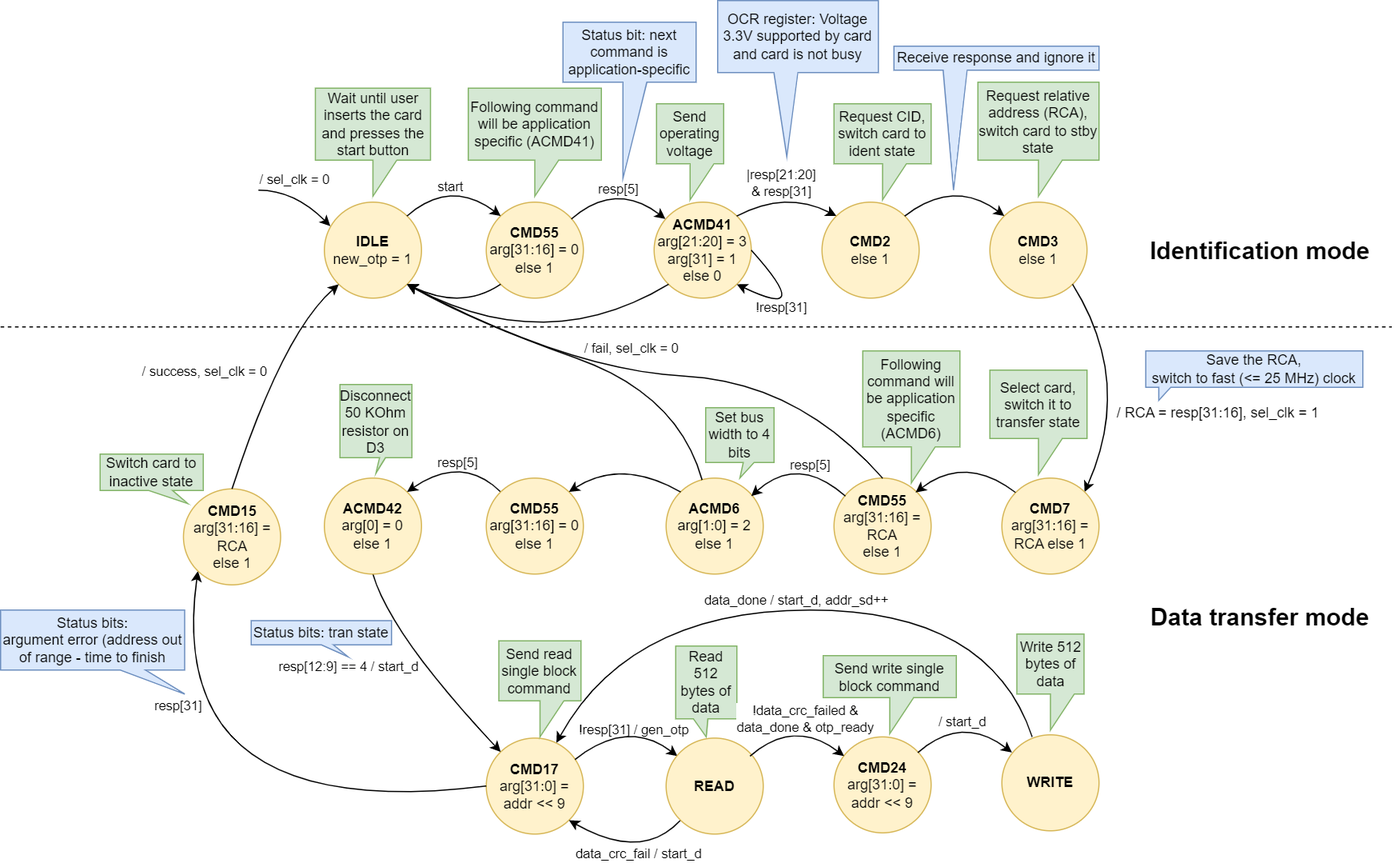
This is docs/SD/SD_fpga_states.png from sirazenkov/GhostSD, a draw.io export, as it was before one commit. Source tidied: cells renumbered, new cells last; positions are measured from the earlier drawing's top-left corner, leaving out a move shared by most shapes.
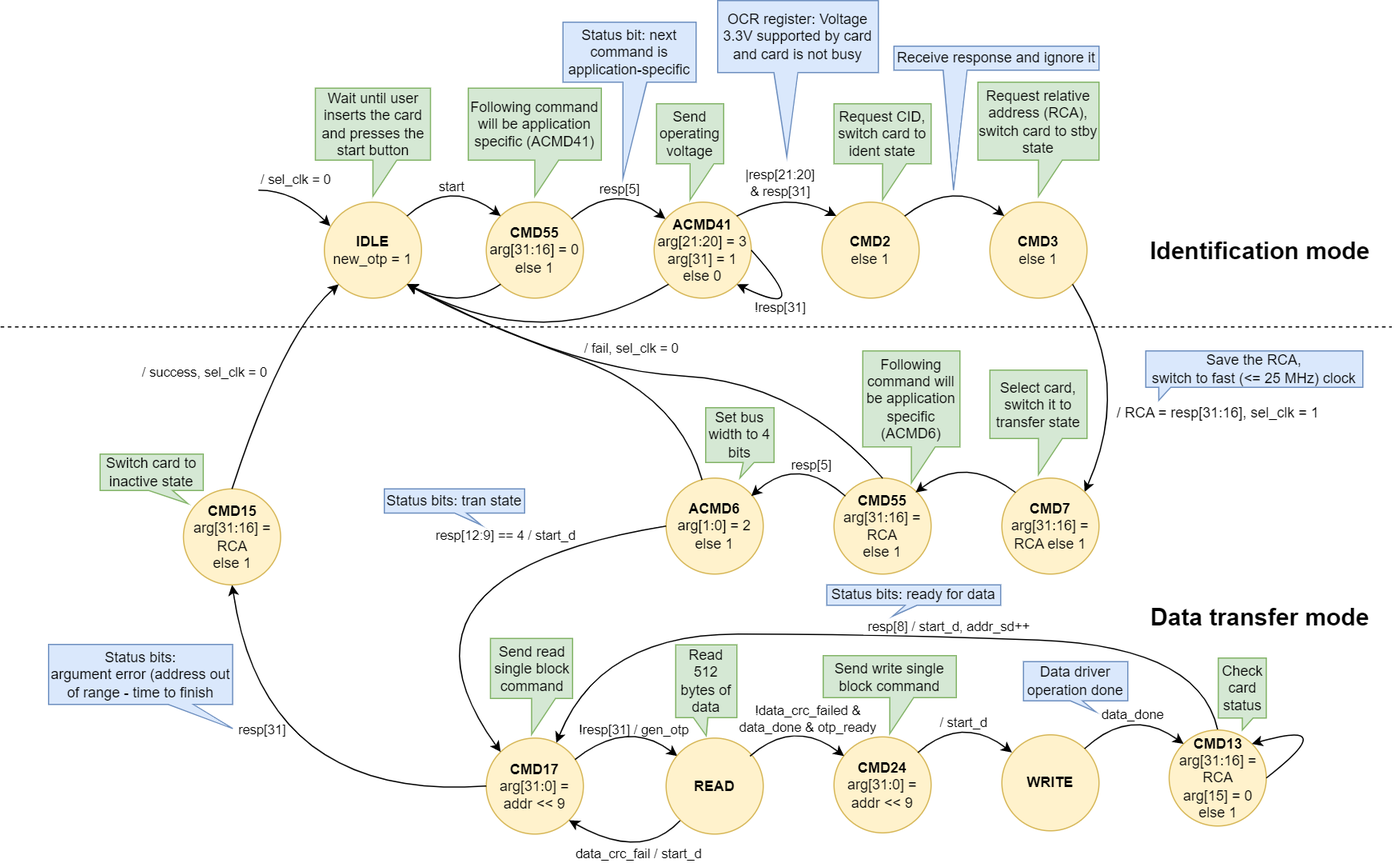
The same file after the commit.

Commit message:
Added check status command

Change to the diagram source:
```diff
@@ -128,16 +128,16 @@
     <mxCell id="25" value="&lt;b&gt;CMD17&lt;/b&gt;&lt;br&gt;arg[31:0] = addr &amp;lt;&amp;lt; 9" style="ellipse;whiteSpace=wrap;html=1;fillColor=#fff2cc;strokeColor=#d6b656;" parent="1" vertex="1">
       <mxGeometry x="405" y="614.7" width="81" height="80" as="geometry" />
     </mxCell>
-    <mxCell id="26" style="curved=1;endArrow=none;html=1;rounded=0;exitX=0;exitY=0;exitDx=0;exitDy=0;startArrow=classic;startFill=1;endFill=0;entryX=0.5;entryY=1;entryDx=0;entryDy=0;" parent="1" edge="1" source="25" target="72">
+    <mxCell id="26" style="curved=1;endArrow=none;html=1;rounded=0;exitX=0;exitY=0;exitDx=0;exitDy=0;startArrow=classic;startFill=1;endFill=0;entryX=0;entryY=0.5;entryDx=0;entryDy=0;" parent="1" edge="1" source="25" target="22">
       <mxGeometry relative="1" as="geometry">
         <Array as="points">
-          <mxPoint x="325" y="528" />
+          <mxPoint x="310" y="478" />
         </Array>
       </mxGeometry>
     </mxCell>
     <mxCell id="27" value="resp[12:9] == 4 / start_d" style="edgeLabel;html=1;align=center;verticalAlign=middle;" parent="26" vertex="1">
       <mxGeometry x="0.23" y="-13" relative="1" as="geometry">
-        <mxPoint x="-58" y="21" as="offset" />
+        <mxPoint x="26" y="-32" as="offset" />
       </mxGeometry>
     </mxCell>
     <mxCell id="28" value="&lt;b&gt;CMD24&lt;/b&gt;&lt;br&gt;arg[31:0] = addr &amp;lt;&amp;lt; 9" style="ellipse;whiteSpace=wrap;html=1;fillColor=#fff2cc;strokeColor=#d6b656;" parent="1" vertex="1">
@@ -156,29 +156,30 @@
         <mxPoint x="17" y="-10" as="offset" />
       </mxGeometry>
     </mxCell>
-    <mxCell id="31" style="curved=1;endArrow=classic;html=1;rounded=0;entryX=0.722;entryY=0.049;entryDx=0;entryDy=0;exitX=0.312;exitY=0.021;exitDx=0;exitDy=0;entryPerimeter=0;exitPerimeter=0;" parent="1" edge="1" source="66" target="25">
+    <mxCell id="31" style="curved=1;endArrow=classic;html=1;rounded=0;entryX=0.722;entryY=0.049;entryDx=0;entryDy=0;exitX=0.5;exitY=0;exitDx=0;exitDy=0;entryPerimeter=0;" parent="1" edge="1" source="80" target="25">
       <mxGeometry relative="1" as="geometry">
         <Array as="points">
-          <mxPoint x="825" y="508" />
-          <mxPoint x="525" y="508" />
+          <mxPoint x="1000" y="538" />
+          <mxPoint x="730" y="528" />
+          <mxPoint x="500" y="528" />
         </Array>
       </mxGeometry>
     </mxCell>
-    <mxCell id="32" value="&amp;nbsp;data_done / start_d, addr_sd++" style="edgeLabel;html=1;align=center;verticalAlign=middle;" parent="31" vertex="1">
+    <mxCell id="32" value="&amp;nbsp;resp[8] / start_d, addr_sd++" style="edgeLabel;html=1;align=center;verticalAlign=middle;" parent="31" vertex="1">
       <mxGeometry x="-0.22" y="13" relative="1" as="geometry">
-        <mxPoint x="-67" y="-22" as="offset" />
+        <mxPoint x="-23" y="-23" as="offset" />
       </mxGeometry>
     </mxCell>
-    <mxCell id="33" style="curved=1;endArrow=classic;html=1;rounded=0;exitX=0;exitY=0.5;exitDx=0;exitDy=0;entryX=0;entryY=1;entryDx=0;entryDy=0;" parent="1" edge="1" source="25" target="35">
+    <mxCell id="33" style="curved=1;endArrow=classic;html=1;rounded=0;exitX=0;exitY=0.5;exitDx=0;exitDy=0;entryX=0.5;entryY=1;entryDx=0;entryDy=0;" parent="1" edge="1" source="25" target="35">
       <mxGeometry relative="1" as="geometry">
         <Array as="points">
-          <mxPoint x="135" y="688" />
+          <mxPoint x="220" y="668" />
         </Array>
       </mxGeometry>
     </mxCell>
     <mxCell id="34" value="resp[31]" style="edgeLabel;html=1;align=center;verticalAlign=middle;" parent="33" vertex="1">
       <mxGeometry x="0.31" y="-50" relative="1" as="geometry">
-        <mxPoint x="-44" y="-62" as="offset" />
+        <mxPoint x="-44" y="2" as="offset" />
       </mxGeometry>
     </mxCell>
     <mxCell id="35" value="&lt;b&gt;CMD15&lt;/b&gt;&lt;br&gt;arg[31:16] = RCA&lt;br&gt;else 1" style="ellipse;whiteSpace=wrap;html=1;fillColor=#fff2cc;strokeColor=#d6b656;" parent="1" vertex="1">
@@ -231,7 +232,7 @@
       </mxGeometry>
     </mxCell>
     <mxCell id="44" value="Send read single block command" style="shape=callout;whiteSpace=wrap;html=1;perimeter=calloutPerimeter;fillColor=#d5e8d4;strokeColor=#82b366;" parent="1" vertex="1">
-      <mxGeometry x="415.5" y="533.7" width="68.5" height="80" as="geometry" />
+      <mxGeometry x="408.5" y="531.7" width="68.5" height="80" as="geometry" />
     </mxCell>
     <mxCell id="45" value="Send write single block command" style="shape=callout;whiteSpace=wrap;html=1;perimeter=calloutPerimeter;fillColor=#d5e8d4;strokeColor=#82b366;" parent="1" vertex="1">
       <mxGeometry x="686" y="546" width="111" height="65" as="geometry" />
@@ -282,10 +283,10 @@
       <mxGeometry x="955" y="292" width="181" height="41.2" as="geometry" />
     </mxCell>
     <mxCell id="60" value="Status bits: tran state" style="shape=callout;whiteSpace=wrap;html=1;perimeter=calloutPerimeter;fillColor=#dae8fc;strokeColor=#6c8ebf;size=10;position=0.5;position2=0.69;base=10;" parent="1" vertex="1">
-      <mxGeometry x="209" y="516.9" width="117" height="30.1" as="geometry" />
+      <mxGeometry x="320" y="407" width="117" height="30.1" as="geometry" />
     </mxCell>
     <mxCell id="61" value="Status bits:&lt;br&gt;argument error (address out of range - time to finish" style="shape=callout;whiteSpace=wrap;html=1;perimeter=calloutPerimeter;fillColor=#dae8fc;strokeColor=#6c8ebf;size=20;position=0.65;position2=1;base=21;" parent="1" vertex="1">
-      <mxGeometry y="508" width="153.5" height="70" as="geometry" />
+      <mxGeometry x="40" y="536.7" width="153.5" height="70" as="geometry" />
     </mxCell>
     <mxCell id="62" style="curved=1;endArrow=classic;html=1;rounded=0;exitX=0;exitY=1;exitDx=0;exitDy=0;entryX=1;entryY=1;entryDx=0;entryDy=0;" parent="1" edge="1" source="65" target="25">
       <mxGeometry relative="1" as="geometry">
@@ -300,7 +301,7 @@
       </mxGeometry>
     </mxCell>
     <mxCell id="64" value="Read 512 bytes of data" style="shape=callout;whiteSpace=wrap;html=1;perimeter=calloutPerimeter;fillColor=#d5e8d4;strokeColor=#82b366;size=15;position=0.29;base=12;" parent="1" vertex="1">
-      <mxGeometry x="563" y="538" width="51" height="75.7" as="geometry" />
+      <mxGeometry x="563" y="537" width="51" height="75.7" as="geometry" />
     </mxCell>
     <mxCell id="65" value="&lt;b&gt;READ&lt;/b&gt;" style="ellipse;whiteSpace=wrap;html=1;fillColor=#fff2cc;strokeColor=#d6b656;" parent="1" vertex="1">
       <mxGeometry x="555" y="614.7" width="81" height="80" as="geometry" />
@@ -319,11 +320,11 @@
     </mxCell>
     <mxCell id="68" value="!data_crc_failed &amp;amp;&lt;br&gt;data_done &amp;amp; otp_ready" style="edgeLabel;html=1;align=center;verticalAlign=middle;" parent="67" vertex="1">
       <mxGeometry x="-0.37" y="-7" relative="1" as="geometry">
-        <mxPoint x="17" y="-16" as="offset" />
+        <mxPoint x="18" y="-16" as="offset" />
       </mxGeometry>
     </mxCell>
-    <mxCell id="69" value="Write 512 bytes of data" style="shape=callout;whiteSpace=wrap;html=1;perimeter=calloutPerimeter;fillColor=#d5e8d4;strokeColor=#82b366;" parent="1" vertex="1">
-      <mxGeometry x="847.5" y="528" width="56" height="80" as="geometry" />
+    <mxCell id="69" value="Check card status" style="shape=callout;whiteSpace=wrap;html=1;perimeter=calloutPerimeter;fillColor=#d5e8d4;strokeColor=#82b366;size=10;position=0.5;base=9;position2=0.5;" parent="1" vertex="1">
+      <mxGeometry x="1015.5" y="548" width="40" height="60" as="geometry" />
     </mxCell>
     <mxCell id="70" style="curved=1;endArrow=classic;html=1;rounded=0;entryX=0;entryY=0;entryDx=0;entryDy=0;exitX=1;exitY=0;exitDx=0;exitDy=0;" parent="1" edge="1">
       <mxGeometry relative="1" as="geometry">
@@ -339,34 +340,6 @@
         <mxPoint x="-1" y="-8" as="offset" />
       </mxGeometry>
     </mxCell>
-    <mxCell id="72" value="&lt;b&gt;ACMD42&lt;/b&gt;&lt;br&gt;arg[0] = 0&lt;br&gt;else 1" style="ellipse;whiteSpace=wrap;html=1;fillColor=#fff2cc;strokeColor=#d6b656;" parent="1" vertex="1">
-      <mxGeometry x="270" y="398" width="81" height="80" as="geometry" />
-    </mxCell>
-    <mxCell id="73" style="curved=1;endArrow=none;html=1;rounded=0;exitX=1;exitY=0;exitDx=0;exitDy=0;startArrow=classic;startFill=1;endFill=0;entryX=0;entryY=0;entryDx=0;entryDy=0;" parent="1" edge="1" source="72" target="75">
-      <mxGeometry relative="1" as="geometry">
-        <Array as="points">
-          <mxPoint x="385" y="378" />
-        </Array>
-      </mxGeometry>
-    </mxCell>
-    <mxCell id="74" value="resp[5]" style="edgeLabel;html=1;align=center;verticalAlign=middle;" parent="73" vertex="1">
-      <mxGeometry x="-0.37" y="-7" relative="1" as="geometry">
-        <mxPoint x="11" y="-13" as="offset" />
-      </mxGeometry>
-    </mxCell>
-    <mxCell id="75" value="&lt;b&gt;CMD55&lt;br&gt;&lt;/b&gt;arg[31:16] = 0&lt;br&gt;else 1" style="ellipse;whiteSpace=wrap;html=1;fillColor=#fff2cc;strokeColor=#d6b656;" parent="1" vertex="1">
-      <mxGeometry x="405" y="398" width="81" height="80" as="geometry" />
-    </mxCell>
-    <mxCell id="76" style="curved=1;endArrow=none;html=1;rounded=0;exitX=1;exitY=0;exitDx=0;exitDy=0;entryX=0;entryY=0;entryDx=0;entryDy=0;startArrow=classic;startFill=1;endFill=0;" parent="1" edge="1" source="75" target="22">
-      <mxGeometry relative="1" as="geometry">
-        <Array as="points">
-          <mxPoint x="517.7" y="381.3" />
-        </Array>
-      </mxGeometry>
-    </mxCell>
-    <mxCell id="77" value="Disconnect 50 KOhm resistor on D3" style="shape=callout;whiteSpace=wrap;html=1;perimeter=calloutPerimeter;fillColor=#d5e8d4;strokeColor=#82b366;size=13;position=0.55;base=5;" parent="1" vertex="1">
-      <mxGeometry x="283" y="320" width="60" height="74" as="geometry" />
-    </mxCell>
     <mxCell id="78" style="curved=1;endArrow=classic;html=1;rounded=0;entryX=1;entryY=1;entryDx=0;entryDy=0;exitX=1;exitY=0.5;exitDx=0;exitDy=0;" parent="1" edge="1" source="8" target="8">
       <mxGeometry relative="1" as="geometry">
         <Array as="points">
@@ -379,5 +352,33 @@
         <mxPoint x="-20" y="18" as="offset" />
       </mxGeometry>
     </mxCell>
+    <mxCell id="80" value="&lt;b&gt;CMD13&lt;/b&gt;&lt;br&gt;arg[31:16] = RCA&lt;br&gt;arg[15] = 0&lt;br&gt;else 1" style="ellipse;whiteSpace=wrap;html=1;fillColor=#fff2cc;strokeColor=#d6b656;" parent="1" vertex="1">
+      <mxGeometry x="974.5" y="608" width="81" height="80" as="geometry" />
+    </mxCell>
+    <mxCell id="81" style="curved=1;endArrow=classic;html=1;rounded=0;entryX=0;entryY=0;entryDx=0;entryDy=0;exitX=1;exitY=0;exitDx=0;exitDy=0;" parent="1" edge="1" source="66" target="80">
+      <mxGeometry relative="1" as="geometry">
+        <Array as="points">
+          <mxPoint x="942.7" y="588" />
+        </Array>
+      </mxGeometry>
+    </mxCell>
+    <mxCell id="82" value="data_done" style="edgeLabel;html=1;align=center;verticalAlign=middle;" parent="81" vertex="1">
+      <mxGeometry x="0.14" y="-10" relative="1" as="geometry">
+        <mxPoint y="-6" as="offset" />
+      </mxGeometry>
+    </mxCell>
+    <mxCell id="83" style="curved=1;endArrow=classic;html=1;rounded=0;entryX=1;entryY=0;entryDx=0;entryDy=0;exitX=1;exitY=0.5;exitDx=0;exitDy=0;" parent="1" edge="1" source="80" target="80">
+      <mxGeometry relative="1" as="geometry">
+        <Array as="points">
+          <mxPoint x="1120" y="598" />
+        </Array>
+      </mxGeometry>
+    </mxCell>
+    <mxCell id="84" value="Status bits: ready for data" style="shape=callout;whiteSpace=wrap;html=1;perimeter=calloutPerimeter;fillColor=#dae8fc;strokeColor=#6c8ebf;size=9;position=0.45;position2=0.38;base=10;" parent="1" vertex="1">
+      <mxGeometry x="689" y="487" width="145" height="26" as="geometry" />
+    </mxCell>
+    <mxCell id="85" value="Data driver operation done" style="shape=callout;whiteSpace=wrap;html=1;perimeter=calloutPerimeter;fillColor=#dae8fc;strokeColor=#6c8ebf;size=9;position=0.45;position2=0.69;base=10;" parent="1" vertex="1">
+      <mxGeometry x="853" y="551" width="87" height="41.7" as="geometry" />
+    </mxCell>
   </root>
 </mxGraphModel>
```
